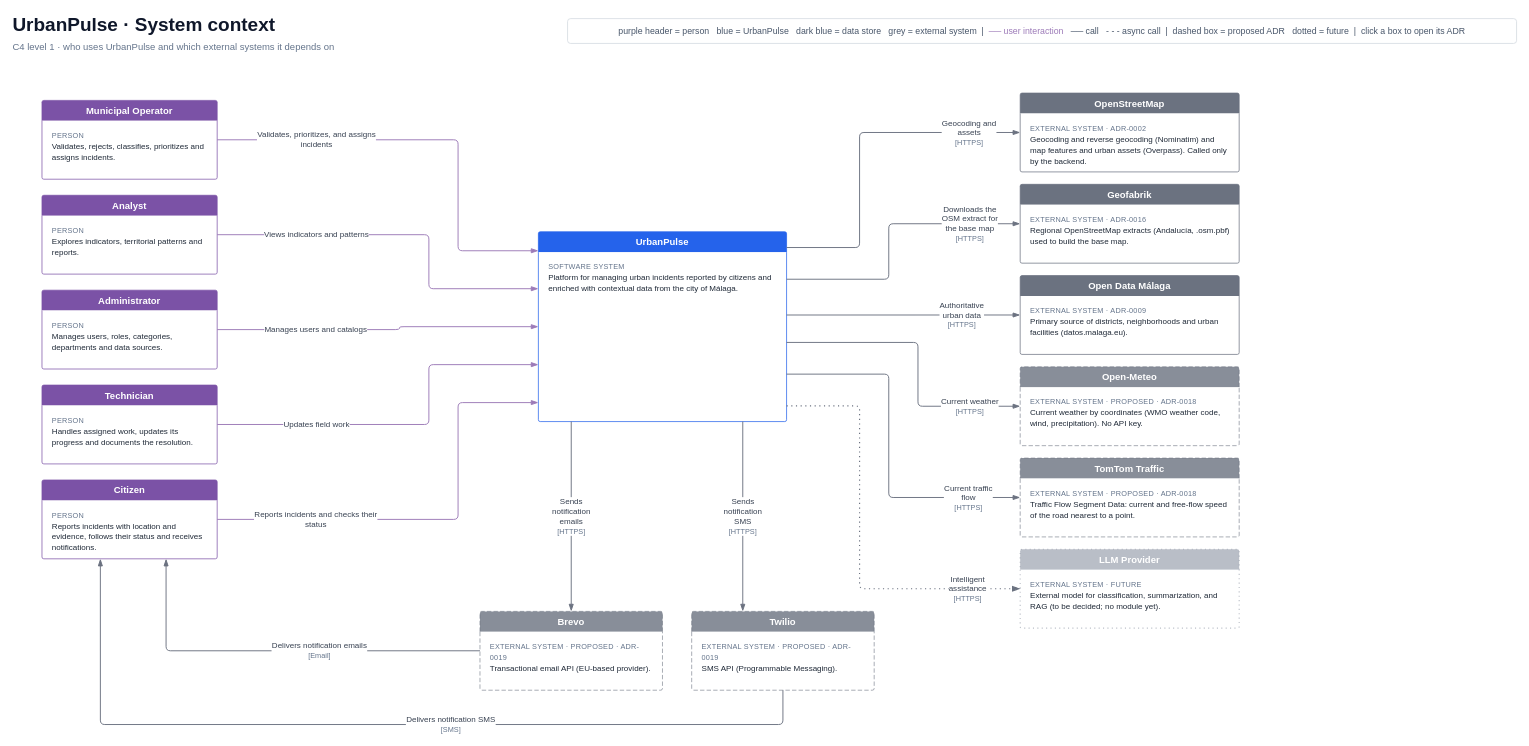
This is page "1 · System context" (1 of 6) of docs/architecture/UrbanPulse-C4.drawio from Dalibex/urban-incidence-manager, a draw.io file, before an edit. Source tidied: cells renumbered, new cells numbered last; positions are measured from the earlier drawing's top-left corner, leaving out a move shared by most shapes. Both pictures are drawn from the tidied source at 73%, with x=0, y=0 at pixel (12, 12).
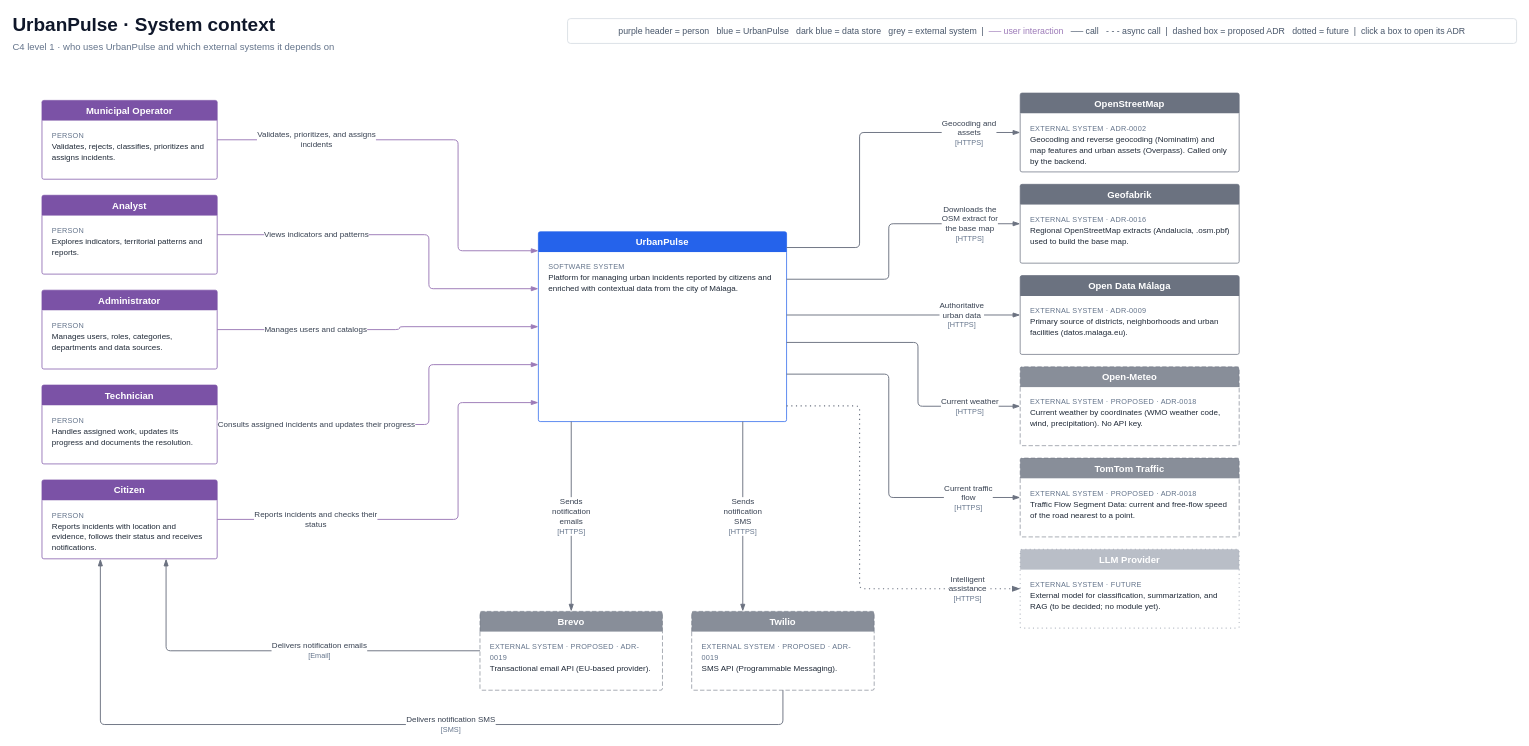
After the change.

Unchanged cells that the change refers to:
```xml
<mxCell id="11" value="Technician" style="swimlane;html=1;whiteSpace=wrap;rounded=1;arcSize=3;startSize=28;fillColor=#7B52A6;swimlaneFillColor=#FFFFFF;strokeColor=#7B52A6;fontColor=#FFFFFF;fontFamily=Helvetica;fontSize=13;fontStyle=1;swimlaneLine=0;" parent="1" vertex="1">
  <mxGeometry x="40" y="510" width="240" height="108" as="geometry" />
</mxCell>
<mxCell id="15" value="UrbanPulse" style="swimlane;html=1;whiteSpace=wrap;rounded=1;arcSize=3;startSize=28;fillColor=#2563EB;swimlaneFillColor=#FFFFFF;strokeColor=#2563EB;fontColor=#FFFFFF;fontFamily=Helvetica;fontSize=13;fontStyle=1;swimlaneLine=0;" parent="1" vertex="1">
  <mxGeometry x="720" y="300" width="340" height="260" as="geometry" />
</mxCell>
```

The edit, as a diff of the source:
```diff
@@
-    <mxCell id="20" value="Updates field work" style="edgeStyle=orthogonalEdgeStyle;rounded=1;arcSize=12;html=1;jettySize=auto;strokeColor=#9C7AB8;strokeWidth=1.3;endArrow=blockThin;endFill=1;endSize=7;jumpStyle=arc;jumpSize=10;exitX=1;exitY=0.5;exitDx=0;exitDy=0;entryX=0;entryY=0.7;entryDx=0;entryDy=0;fontFamily=Helvetica;fontSize=11;fontColor=#374151;labelBackgroundColor=#FFFFFF;labelBorderColor=none;spacing=2;" parent="1" edge="1" source="11" target="15">
+    <mxCell id="20" value="Consults assigned incidents and updates their progress" style="edgeStyle=orthogonalEdgeStyle;rounded=1;arcSize=12;html=1;jettySize=auto;strokeColor=#9C7AB8;strokeWidth=1.3;endArrow=blockThin;endFill=1;endSize=7;jumpStyle=arc;jumpSize=10;exitX=1;exitY=0.5;exitDx=0;exitDy=0;entryX=0;entryY=0.7;entryDx=0;entryDy=0;fontFamily=Helvetica;fontSize=11;fontColor=#374151;labelBackgroundColor=#FFFFFF;labelBorderColor=none;spacing=2;" parent="1" edge="1" source="11" target="15">
       <mxGeometry x="-0.48" relative="1" as="geometry">
         <Array as="points">
           <mxPoint x="570" y="564" />
           <mxPoint x="570" y="482" />
         </Array>
       </mxGeometry>
     </mxCell>
```
